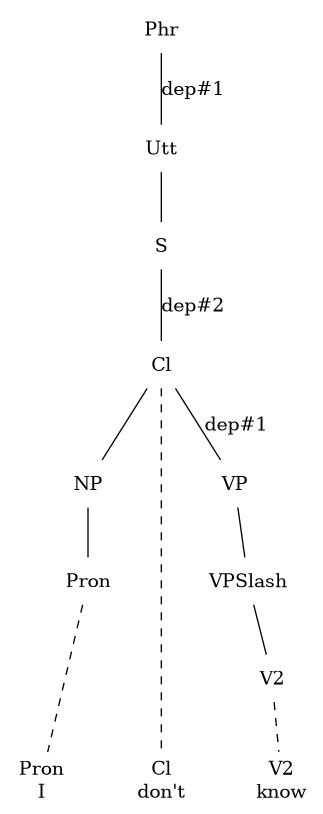
This is src/_grphp_1.png from msyds/gf-rgl, a Graphviz export, as it was before one commit. Its source is kept beside it as src/_grphp_1.dot.
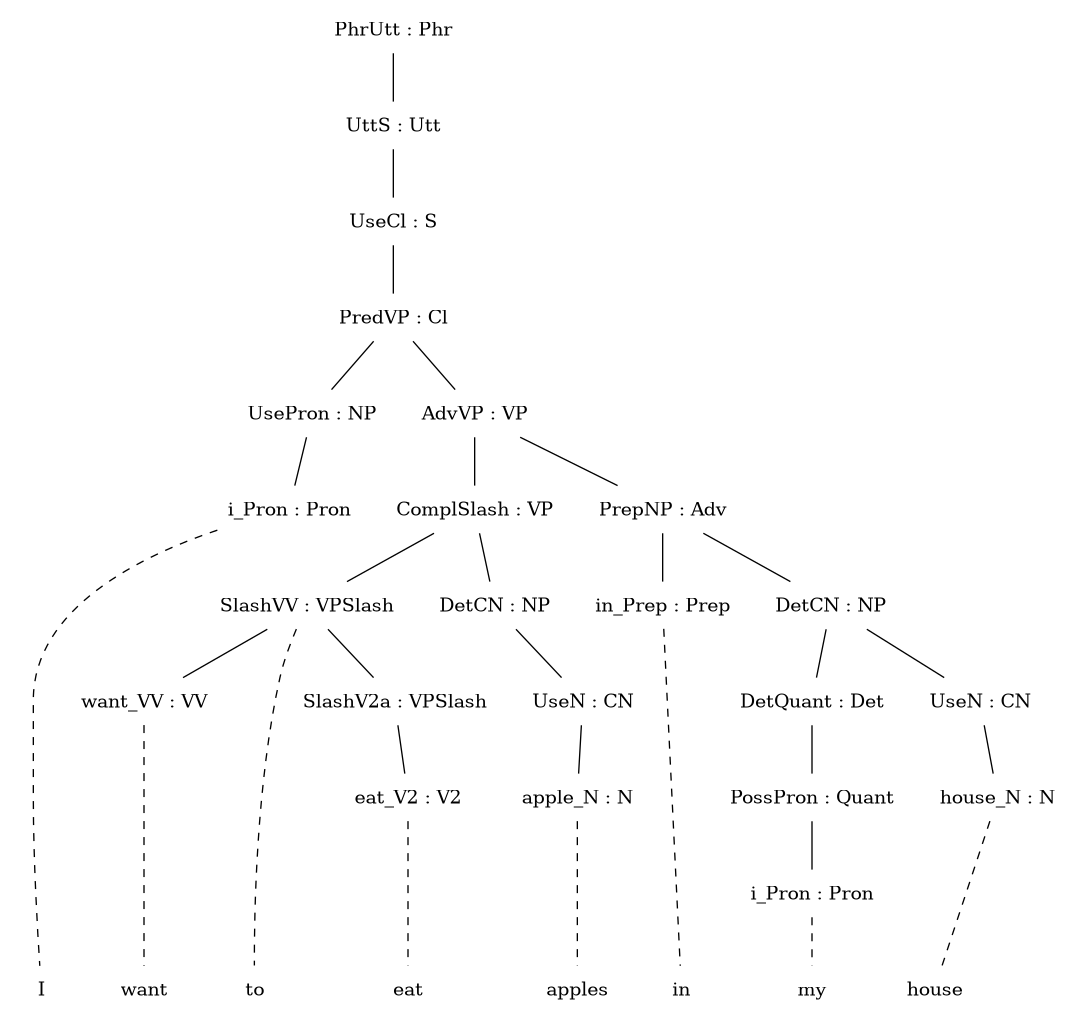
Above is the later version.

The edit, as a diff of the source:
```diff
@@ -1,60 +1,110 @@
 graph {
 edge[style="solid"]; node[shape="plaintext"];
 subgraph {rank=same;
-  n18[label="Phr"];
+  n32[label="PhrUtt : Phr"];
 }
 
 subgraph {rank=same;
-  n16[label="Utt"];
+  n30[label="UttS : Utt"];
 }
-n18 -- n16[label="dep#1"];
+n32 -- n30;
 
 subgraph {rank=same;
-  n15[label="S"];
+  n29[label="UseCl : S"];
 }
-n16 -- n15
+n30 -- n29;
 
 subgraph {rank=same;
-  n14[label="Cl"];
+  n28[label="PredVP : Cl"];
 }
-n15 -- n14[label="dep#2"];
+n29 -- n28;
 
 subgraph {rank=same;
-  n6[label="NP"];
-  n13[label="VP"];
+  n6[label="UsePron : NP"];
+  n27[label="AdvVP : VP"];
   edge[style="invis"];
-  n6  --  n13 ;
+  n6  --  n27 ;
 }
-n14 -- n6
-n14 -- n13[label="dep#1"];
+n28 -- n6;
+n28 -- n27;
 
 subgraph {rank=same;
-  n5[label="Pron"];
-  n8[label="VPSlash"];
+  n5[label="i_Pron : Pron"];
+  n17[label="ComplSlash : VP"];
+  n26[label="PrepNP : Adv"];
   edge[style="invis"];
-  n5  --  n8 ;
+  n5  --  n17  --  n26 ;
 }
-n6 -- n5
-n13 -- n8
+n6 -- n5;
+n27 -- n17;
+n27 -- n26;
 
 subgraph {rank=same;
-  n7[label="V2"];
+  n10[label="SlashVV : VPSlash"];
+  n16[label="DetCN : NP"];
+  n18[label="in_Prep : Prep"];
+  n25[label="DetCN : NP"];
+  edge[style="invis"];
+  n10  --  n16  --  n18  --  n25 ;
 }
-n8 -- n7
+n17 -- n10;
+n17 -- n16;
+n26 -- n18;
+n26 -- n25;
+
+subgraph {rank=same;
+  n7[label="want_VV : VV"];
+  n9[label="SlashV2a : VPSlash"];
+  n15[label="UseN : CN"];
+  n22[label="DetQuant : Det"];
+  n24[label="UseN : CN"];
+  edge[style="invis"];
+  n7  --  n9  --  n15  --  n22  --  n24 ;
+}
+n10 -- n7;
+n10 -- n9;
+n16 -- n15;
+n25 -- n22;
+n25 -- n24;
+
+subgraph {rank=same;
+  n8[label="eat_V2 : V2"];
+  n14[label="apple_N : N"];
+  n20[label="PossPron : Quant"];
+  n23[label="house_N : N"];
+  edge[style="invis"];
+  n8  --  n14  --  n20  --  n23 ;
+}
+n9 -- n8;
+n15 -- n14;
+n22 -- n20;
+n24 -- n23;
+
+subgraph {rank=same;
+  n19[label="i_Pron : Pron"];
+}
+n20 -- n19;
 
 edge[style="dashed"]; node[shape="plaintext"];
 subgraph {rank=same;
-  n100000[label="Pron
-I"];
-  n100001[label="Cl
-don't"];
-  n100002[label="V2
-know"];
+  n100000[label="I"];
+  n100001[label="want"];
+  n100002[label="to"];
+  n100003[label="eat"];
+  n100004[label="apples"];
+  n100005[label="in"];
+  n100006[label="my"];
+  n100007[label="house"];
   edge[style="invis"];
-  n100000  --  n100001  --  n100002 ;
+  n100000  --  n100001  --  n100002  --  n100003  --  n100004  --  n100005  --  n100006  --  n100007 ;
 }
 n5 -- n100000;
-n14 -- n100001;
-n7 -- n100002;
+n7 -- n100001;
+n10 -- n100002;
+n8 -- n100003;
+n14 -- n100004;
+n18 -- n100005;
+n19 -- n100006;
+n23 -- n100007;
 
 }
```
